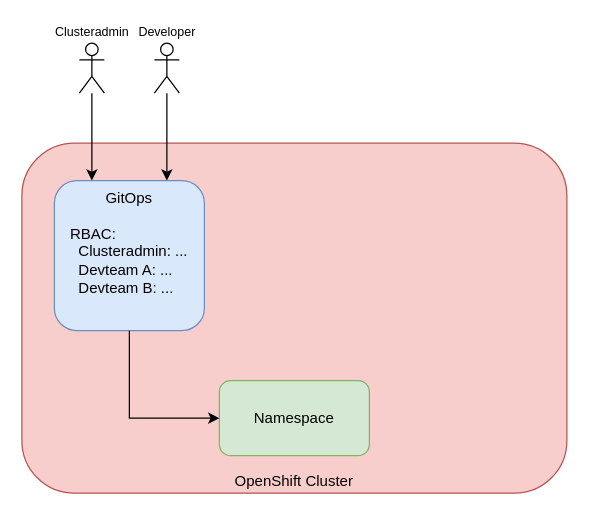
Before: page "Seite-1" (1 of 2) of pictures/oneargo.drawio in saschasgit/rh-gitops_and_namespaces, a draw.io diagram. Source tidied: cells renumbered, new cells numbered last; positions are measured from the earlier drawing's top-left corner, leaving out a move shared by most shapes. Both pictures are drawn from the tidied source at 125%, with x=0, y=0 at pixel (21, 42).
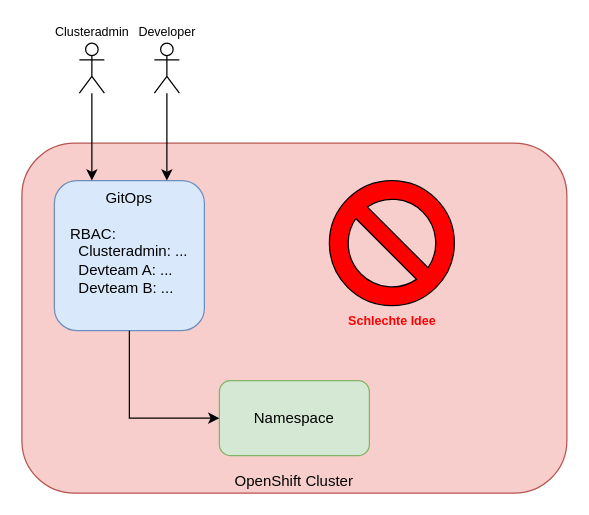
The same page after the edit.

Change to the diagram source:
```diff
@@
 <mxGraphModel>
   <root>
     <mxCell id="0" />
     <mxCell id="1" parent="0" />
     <mxCell id="2" value="OpenShift Cluster" style="rounded=1;whiteSpace=wrap;html=1;fillColor=#f8cecc;strokeColor=#b85450;labelPosition=center;verticalLabelPosition=middle;align=center;verticalAlign=bottom;" parent="1" vertex="1">
       <mxGeometry y="80" width="436" height="280" as="geometry" />
     </mxCell>
     <mxCell id="3" value="Namespace" style="rounded=1;whiteSpace=wrap;html=1;fillColor=#d5e8d4;strokeColor=#82b366;" parent="1" vertex="1">
       <mxGeometry x="158" y="270" width="120" height="60" as="geometry" />
     </mxCell>
     <mxCell id="4" value="GitOps&lt;br&gt;&lt;br&gt;&lt;div style=&quot;text-align: left;&quot;&gt;&lt;span style=&quot;background-color: initial;&quot;&gt;RBAC:&lt;/span&gt;&lt;/div&gt;&lt;div style=&quot;text-align: left;&quot;&gt;&lt;span style=&quot;background-color: initial;&quot;&gt;&amp;nbsp; Clusteradmin: ...&lt;/span&gt;&lt;/div&gt;&lt;div style=&quot;text-align: left;&quot;&gt;&lt;span style=&quot;background-color: initial;&quot;&gt;&amp;nbsp; Devteam A: ...&lt;/span&gt;&lt;/div&gt;&lt;div style=&quot;text-align: left;&quot;&gt;&lt;span style=&quot;background-color: initial;&quot;&gt;&amp;nbsp; Devteam B: ...&lt;/span&gt;&lt;/div&gt;" style="rounded=1;whiteSpace=wrap;html=1;fillColor=#dae8fc;strokeColor=#6c8ebf;verticalAlign=top;" parent="1" vertex="1">
       <mxGeometry x="26" y="110" width="120" height="120" as="geometry" />
     </mxCell>
     <mxCell id="5" style="endArrow=classic;html=1;rounded=0;exitX=0.5;exitY=1;exitDx=0;exitDy=0;entryX=0;entryY=0.5;entryDx=0;entryDy=0;" parent="1" edge="1" source="4" target="3">
       <mxGeometry relative="1" as="geometry">
         <Array as="points">
           <mxPoint x="86" y="300" />
         </Array>
       </mxGeometry>
     </mxCell>
     <mxCell id="6" style="edgeStyle=orthogonalEdgeStyle;rounded=0;jettySize=auto;html=1;entryX=0.25;entryY=0;entryDx=0;entryDy=0;" parent="1" edge="1" source="7" target="4">
       <mxGeometry relative="1" as="geometry" />
     </mxCell>
     <mxCell id="7" value="&lt;font style=&quot;font-size: 10px;&quot;&gt;Clusteradmin&lt;/font&gt;" style="shape=umlActor;verticalLabelPosition=top;verticalAlign=bottom;html=1;outlineConnect=0;labelPosition=center;align=center;" parent="1" vertex="1">
       <mxGeometry x="46" width="20" height="40" as="geometry" />
     </mxCell>
     <mxCell id="8" style="edgeStyle=orthogonalEdgeStyle;rounded=0;jettySize=auto;html=1;entryX=0.75;entryY=0;entryDx=0;entryDy=0;" parent="1" edge="1" source="9" target="4">
       <mxGeometry relative="1" as="geometry" />
     </mxCell>
     <mxCell id="9" value="&lt;font style=&quot;font-size: 10px;&quot;&gt;Developer&lt;/font&gt;" style="shape=umlActor;verticalLabelPosition=top;verticalAlign=bottom;html=1;outlineConnect=0;labelPosition=center;align=center;" parent="1" vertex="1">
       <mxGeometry x="106" width="20" height="40" as="geometry" />
     </mxCell>
+    <mxCell id="10" value="&lt;b&gt;&lt;font color=&quot;#ff0000&quot;&gt;Schlechte Idee&lt;/font&gt;&lt;/b&gt;" style="verticalLabelPosition=bottom;verticalAlign=top;html=1;shape=mxgraph.basic.no_symbol;labelBackgroundColor=none;fontSize=10;fontColor=#000000;fillColor=#FF0000;" parent="1" vertex="1">
+      <mxGeometry x="246" y="110" width="100" height="100" as="geometry" />
+    </mxCell>
   </root>
 </mxGraphModel>
```
